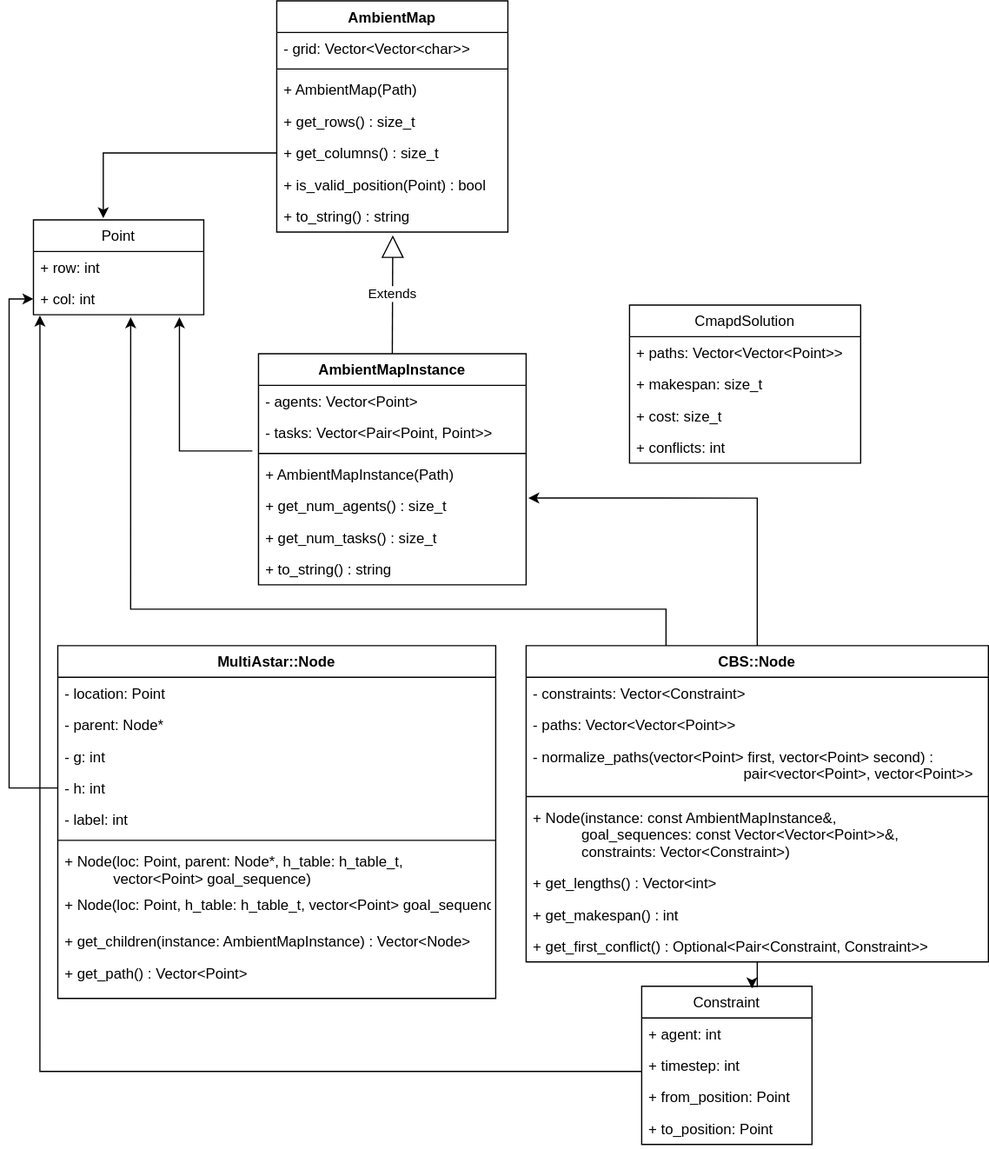
Above: doc/cmapd_uml.drawio.svg in zagoli/capacitated-mapd (draw.io), before the change. Source tidied: cells renumbered, new cells last; positions are measured from the earlier drawing's top-left corner, leaving out a move shared by most shapes.
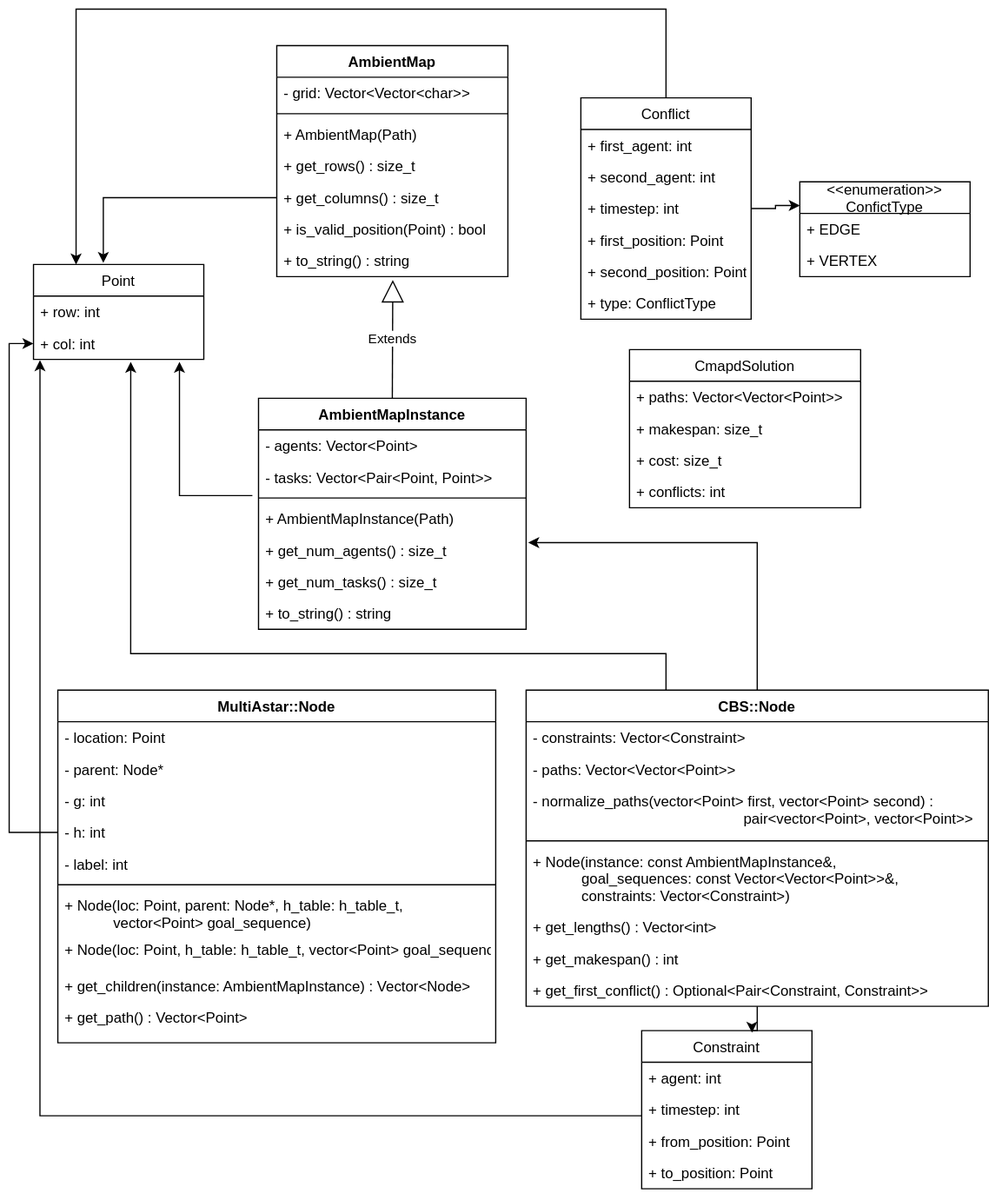
The same diagram one commit later.

What changed in the source:
```diff
@@ -184,5 +184,46 @@
     <mxCell id="58" value="+ to_position: Point" style="text;strokeColor=none;fillColor=none;align=left;verticalAlign=top;spacingLeft=4;spacingRight=4;overflow=hidden;" parent="54" vertex="1">
       <mxGeometry y="104" width="140" height="26" as="geometry" />
     </mxCell>
+    <mxCell id="59" style="edgeStyle=orthogonalEdgeStyle;rounded=0;jettySize=auto;html=1;exitX=0.5;exitY=0;exitDx=0;exitDy=0;entryX=0.25;entryY=0;entryDx=0;entryDy=0;" parent="1" edge="1" source="60" target="2">
+      <mxGeometry relative="1" as="geometry">
+        <Array as="points">
+          <mxPoint x="520" y="-30" />
+          <mxPoint x="35" y="-30" />
+        </Array>
+      </mxGeometry>
+    </mxCell>
+    <mxCell id="60" value="Conflict" style="swimlane;fontStyle=0;horizontal=1;startSize=26;fillColor=none;" parent="1" vertex="1">
+      <mxGeometry x="450" y="43" width="140" height="182" as="geometry" />
+    </mxCell>
+    <mxCell id="61" value="+ first_agent: int" style="text;strokeColor=none;fillColor=none;align=left;verticalAlign=top;spacingLeft=4;spacingRight=4;overflow=hidden;" parent="60" vertex="1">
+      <mxGeometry y="26" width="140" height="26" as="geometry" />
+    </mxCell>
+    <mxCell id="62" value="+ second_agent: int" style="text;strokeColor=none;fillColor=none;align=left;verticalAlign=top;spacingLeft=4;spacingRight=4;overflow=hidden;" parent="60" vertex="1">
+      <mxGeometry y="52" width="140" height="26" as="geometry" />
+    </mxCell>
+    <mxCell id="63" value="+ timestep: int" style="text;strokeColor=none;fillColor=none;align=left;verticalAlign=top;spacingLeft=4;spacingRight=4;overflow=hidden;points=[[0,0.5],[1,0.5]];portConstraint=eastwest;" parent="60" vertex="1">
+      <mxGeometry y="78" width="140" height="26" as="geometry" />
+    </mxCell>
+    <mxCell id="64" value="+ first_position: Point" style="text;strokeColor=none;fillColor=none;align=left;verticalAlign=top;spacingLeft=4;spacingRight=4;overflow=hidden;" parent="60" vertex="1">
+      <mxGeometry y="104" width="140" height="26" as="geometry" />
+    </mxCell>
+    <mxCell id="65" value="+ second_position: Point" style="text;strokeColor=none;fillColor=none;align=left;verticalAlign=top;spacingLeft=4;spacingRight=4;overflow=hidden;" parent="60" vertex="1">
+      <mxGeometry y="130" width="140" height="26" as="geometry" />
+    </mxCell>
+    <mxCell id="66" value="+ type: ConflictType" style="text;strokeColor=none;fillColor=none;align=left;verticalAlign=top;spacingLeft=4;spacingRight=4;overflow=hidden;" parent="60" vertex="1">
+      <mxGeometry y="156" width="140" height="26" as="geometry" />
+    </mxCell>
+    <mxCell id="67" value="&lt;&lt;enumeration&gt;&gt;&#10;ConfictType" style="swimlane;fontStyle=0;horizontal=1;startSize=26;fillColor=none;" parent="1" vertex="1">
+      <mxGeometry x="630" y="112" width="140" height="78" as="geometry" />
+    </mxCell>
+    <mxCell id="68" value="+ EDGE" style="text;strokeColor=none;fillColor=none;align=left;verticalAlign=top;spacingLeft=4;spacingRight=4;overflow=hidden;" parent="67" vertex="1">
+      <mxGeometry y="26" width="140" height="26" as="geometry" />
+    </mxCell>
+    <mxCell id="69" value="+ VERTEX" style="text;strokeColor=none;fillColor=none;align=left;verticalAlign=top;spacingLeft=4;spacingRight=4;overflow=hidden;" parent="67" vertex="1">
+      <mxGeometry y="52" width="140" height="26" as="geometry" />
+    </mxCell>
+    <mxCell id="70" style="edgeStyle=orthogonalEdgeStyle;rounded=0;jettySize=auto;html=1;exitX=1;exitY=0.5;exitDx=0;exitDy=0;entryX=0;entryY=0.25;entryDx=0;entryDy=0;" parent="1" edge="1" source="63" target="67">
+      <mxGeometry relative="1" as="geometry" />
+    </mxCell>
   </root>
 </mxGraphModel>
```
